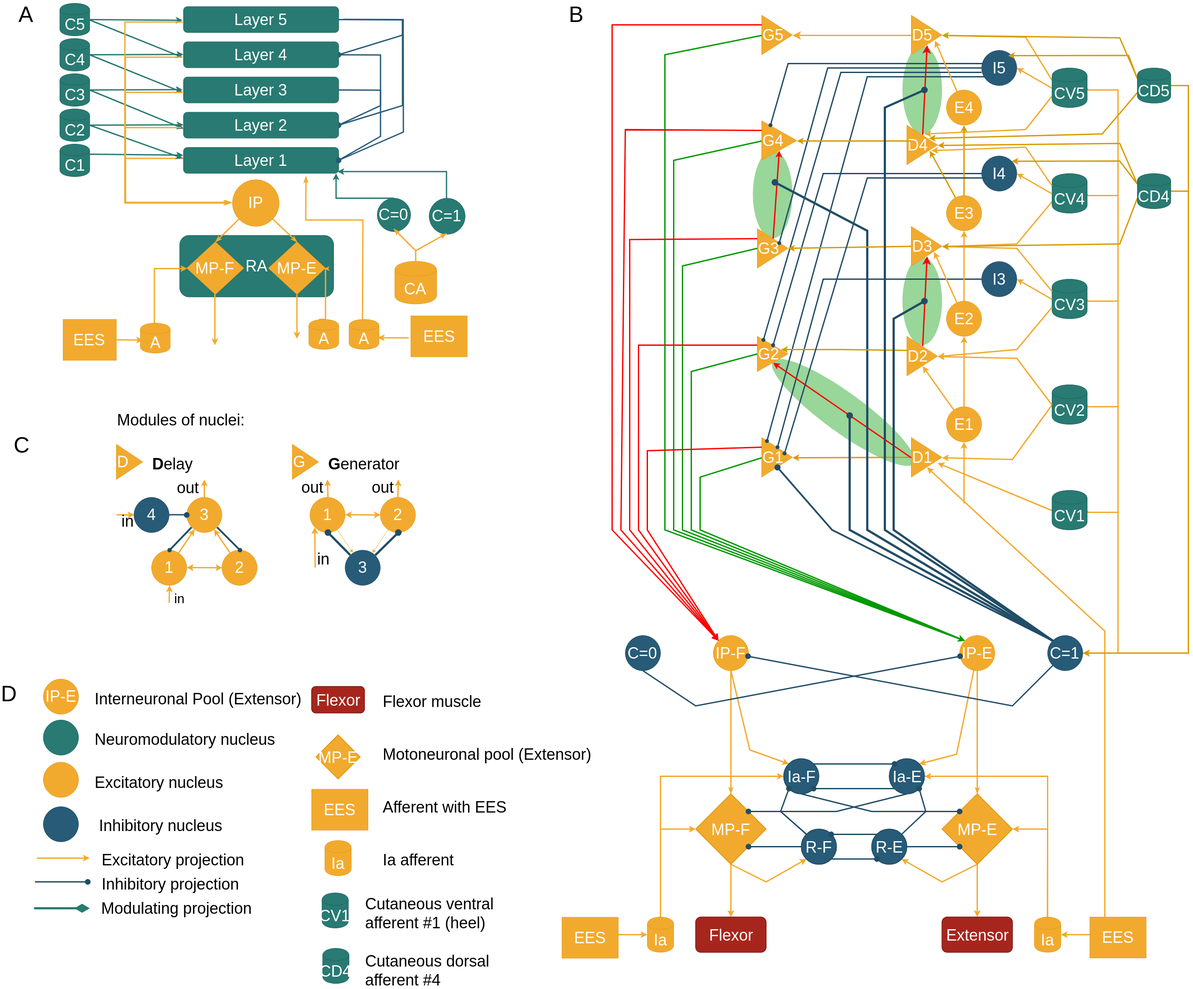
The draw.io diagram doc/diagram/cpg_FE_combined.png in research-team/memristive-spinal-cord, before a commit. Source tidied: cells renumbered, new cells last; positions are measured from the earlier drawing's top-left corner, leaving out a move shared by most shapes.
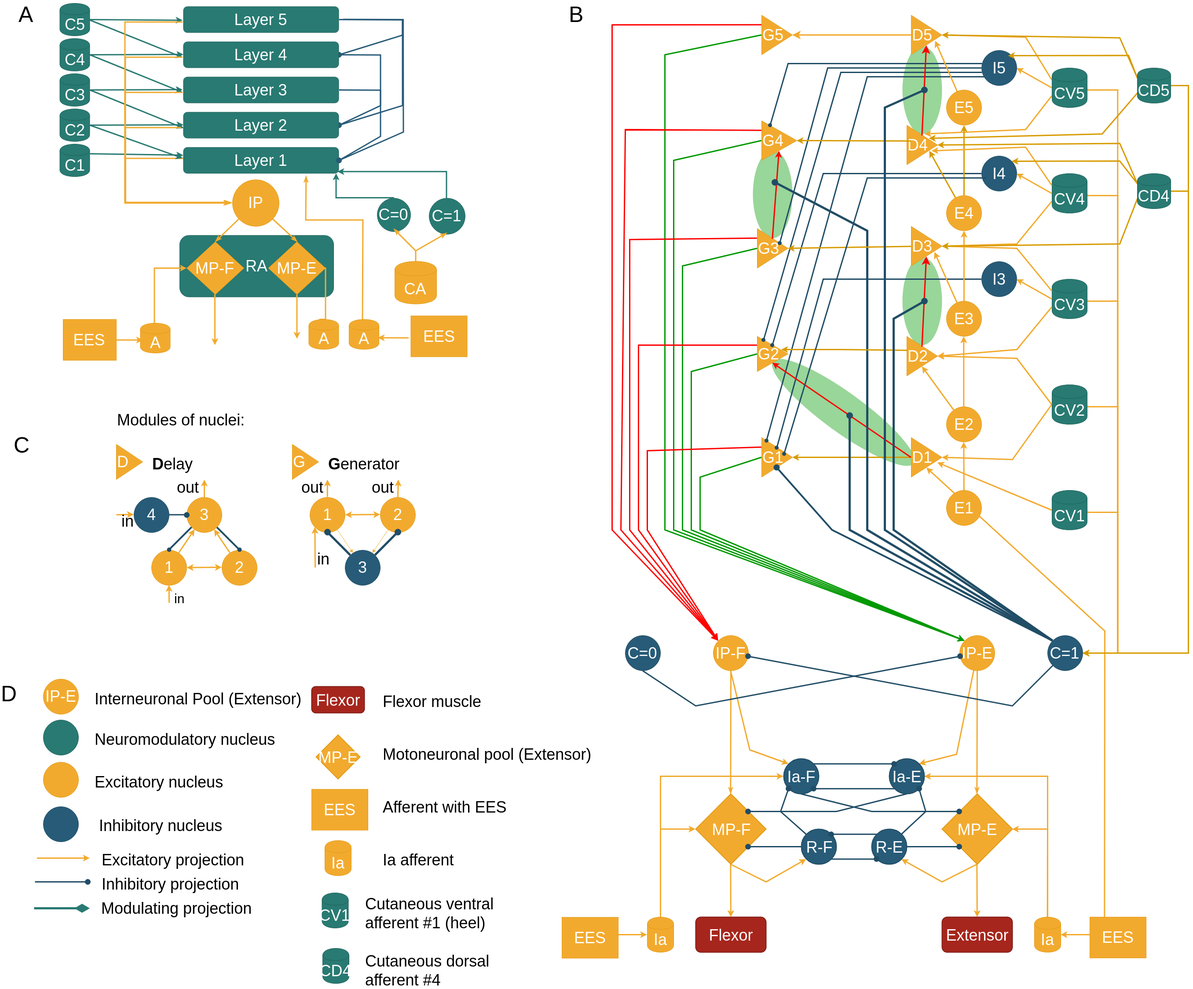
Later version of the same file.

What changed in the source:
```diff
@@ -922,13 +922,13 @@
     <mxCell id="195" style="rounded=0;html=1;jettySize=auto;strokeWidth=3;fillColor=#ffcd28;strokeColor=#F2AA2E;gradientColor=#ffa500;exitX=0.5;exitY=0;entryX=0.5;entryY=1;fontColor=#FFFFFF;" parent="1" edge="1" source="196" target="198">
       <mxGeometry relative="1" as="geometry" />
     </mxCell>
-    <mxCell id="196" value="&lt;font style=&quot;font-size: 36px&quot;&gt;E1&lt;/font&gt;" style="ellipse;whiteSpace=wrap;html=1;rounded=0;shadow=0;glass=0;comic=0;labelBackgroundColor=none;strokeColor=#E09A14;strokeWidth=1;fillColor=#f2aa2e;fontSize=30;fontColor=#FFFFFF;align=center;gradientColor=none;" parent="1" vertex="1">
+    <mxCell id="196" value="&lt;font style=&quot;font-size: 36px&quot;&gt;E2&lt;/font&gt;" style="ellipse;whiteSpace=wrap;html=1;rounded=0;shadow=0;glass=0;comic=0;labelBackgroundColor=none;strokeColor=#E09A14;strokeWidth=1;fillColor=#f2aa2e;fontSize=30;fontColor=#FFFFFF;align=center;gradientColor=none;" parent="1" vertex="1">
       <mxGeometry x="2151" y="924" width="80" height="80" as="geometry" />
     </mxCell>
     <mxCell id="197" style="edgeStyle=none;rounded=0;html=1;jettySize=auto;strokeWidth=3;fillColor=#ffcd28;strokeColor=#F2AA2E;gradientColor=#ffa500;fontColor=#FFFFFF;" parent="1" edge="1" source="198" target="204">
       <mxGeometry relative="1" as="geometry" />
     </mxCell>
-    <mxCell id="198" value="&lt;font style=&quot;font-size: 36px&quot;&gt;E2&lt;/font&gt;" style="ellipse;whiteSpace=wrap;html=1;rounded=0;shadow=0;glass=0;comic=0;labelBackgroundColor=none;strokeColor=#E09A14;strokeWidth=1;fillColor=#f2aa2e;fontSize=30;fontColor=#FFFFFF;align=center;gradientColor=none;" parent="1" vertex="1">
+    <mxCell id="198" value="&lt;font style=&quot;font-size: 36px&quot;&gt;E3&lt;/font&gt;" style="ellipse;whiteSpace=wrap;html=1;rounded=0;shadow=0;glass=0;comic=0;labelBackgroundColor=none;strokeColor=#E09A14;strokeWidth=1;fillColor=#f2aa2e;fontSize=30;fontColor=#FFFFFF;align=center;gradientColor=none;" parent="1" vertex="1">
       <mxGeometry x="2151" y="684" width="80" height="80" as="geometry" />
     </mxCell>
     <mxCell id="199" style="edgeStyle=none;rounded=0;html=1;entryX=0.755;entryY=0.642;jettySize=auto;strokeWidth=3;fillColor=#ffcd28;strokeColor=#F2AA2E;gradientColor=#ffa500;entryPerimeter=0;fontColor=#FFFFFF;" parent="1" edge="1" source="198" target="126">
@@ -948,13 +948,13 @@
     <mxCell id="203" style="edgeStyle=none;rounded=0;html=1;jettySize=auto;strokeWidth=3;fillColor=#ffcd28;strokeColor=#d79b00;gradientColor=#ffa500;fontColor=#FFFFFF;" parent="1" edge="1" source="204" target="206">
       <mxGeometry relative="1" as="geometry" />
     </mxCell>
-    <mxCell id="204" value="&lt;font style=&quot;font-size: 36px&quot;&gt;E3&lt;/font&gt;" style="ellipse;whiteSpace=wrap;html=1;rounded=0;shadow=0;glass=0;comic=0;labelBackgroundColor=none;strokeColor=#E09A14;strokeWidth=1;fillColor=#f2aa2e;fontSize=30;fontColor=#FFFFFF;align=center;gradientColor=none;" parent="1" vertex="1">
+    <mxCell id="204" value="&lt;font style=&quot;font-size: 36px&quot;&gt;E4&lt;/font&gt;" style="ellipse;whiteSpace=wrap;html=1;rounded=0;shadow=0;glass=0;comic=0;labelBackgroundColor=none;strokeColor=#E09A14;strokeWidth=1;fillColor=#f2aa2e;fontSize=30;fontColor=#FFFFFF;align=center;gradientColor=none;" parent="1" vertex="1">
       <mxGeometry x="2151" y="444" width="80" height="80" as="geometry" />
     </mxCell>
     <mxCell id="205" style="edgeStyle=none;rounded=0;html=1;jettySize=auto;strokeWidth=3;fillColor=#ffcd28;strokeColor=#F2AA2E;gradientColor=#ffa500;entryX=0.767;entryY=0.65;entryPerimeter=0;fontColor=#FFFFFF;" parent="1" edge="1" source="206" target="140">
       <mxGeometry relative="1" as="geometry" />
     </mxCell>
-    <mxCell id="206" value="&lt;font style=&quot;font-size: 36px&quot;&gt;E4&lt;/font&gt;" style="ellipse;whiteSpace=wrap;html=1;rounded=0;shadow=0;glass=0;comic=0;labelBackgroundColor=none;strokeColor=#E09A14;strokeWidth=1;fillColor=#f2aa2e;fontSize=30;fontColor=#FFFFFF;align=center;gradientColor=none;" parent="1" vertex="1">
+    <mxCell id="206" value="&lt;font style=&quot;font-size: 36px&quot;&gt;E5&lt;/font&gt;" style="ellipse;whiteSpace=wrap;html=1;rounded=0;shadow=0;glass=0;comic=0;labelBackgroundColor=none;strokeColor=#E09A14;strokeWidth=1;fillColor=#f2aa2e;fontSize=30;fontColor=#FFFFFF;align=center;gradientColor=none;" parent="1" vertex="1">
       <mxGeometry x="2151" y="204" width="80" height="80" as="geometry" />
     </mxCell>
     <mxCell id="207" style="rounded=0;comic=0;html=1;shadow=0;labelBackgroundColor=none;startArrow=none;startFill=0;startSize=6;endArrow=classic;endFill=1;endSize=6;jettySize=auto;strokeColor=#F2AA2E;strokeWidth=3;fillColor=#ffcd28;gradientColor=#ffa500;fontSize=30;fontColor=#FFFFFF;align=left;exitX=0;exitY=0.5;entryX=1;entryY=0.5;" parent="1" edge="1" source="190" target="130">
@@ -1220,6 +1220,9 @@
     <mxCell id="257" value="&lt;font style=&quot;font-size: 36px&quot;&gt;EES&lt;/font&gt;" style="rounded=0;whiteSpace=wrap;html=1;shadow=0;glass=0;comic=0;labelBackgroundColor=none;strokeColor=#E09A14;strokeWidth=1;fillColor=#F2AA2E;gradientColor=none;fontSize=20;fontColor=#FFFFFF;align=center;" parent="1" vertex="1">
       <mxGeometry x="2477" y="2084" width="128" height="93" as="geometry" />
     </mxCell>
+    <mxCell id="259" value="&lt;font style=&quot;font-size: 36px&quot;&gt;E1&lt;/font&gt;" style="ellipse;whiteSpace=wrap;html=1;rounded=0;shadow=0;glass=0;comic=0;labelBackgroundColor=none;strokeColor=#E09A14;strokeWidth=1;fillColor=#f2aa2e;fontSize=30;fontColor=#FFFFFF;align=center;gradientColor=none;" parent="1" vertex="1">
+      <mxGeometry x="2151" y="1114" width="80" height="80" as="geometry" />
+    </mxCell>
     <mxCell id="258" value="CPG_FE" parent="0" />
   </root>
 </mxGraphModel>
```
